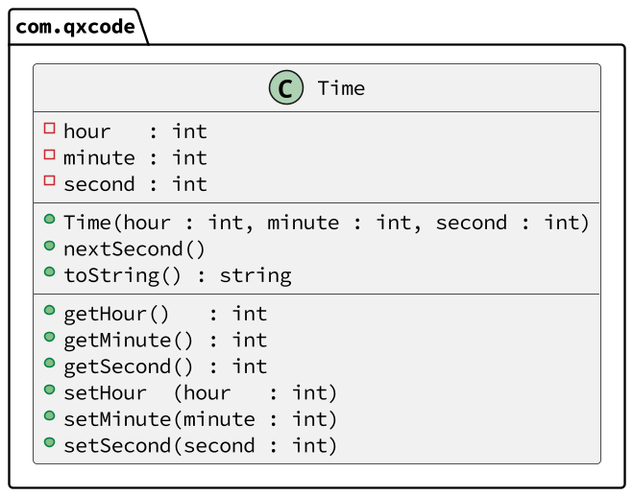
Before: base/036/diagrama.png, a diagram exported from PlantUML (qxcodepoo/arcade).
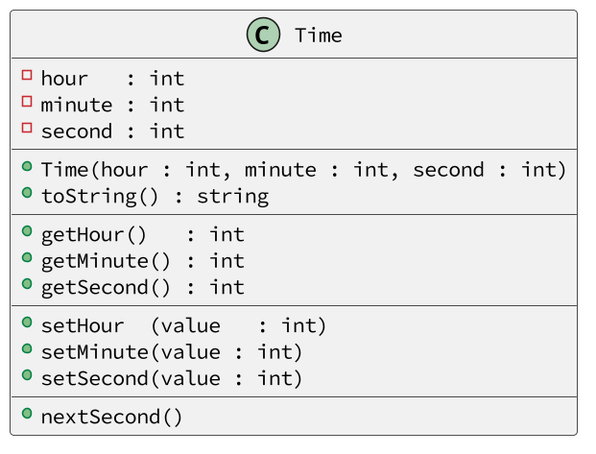
Above is the later version.

The edit, as a diff of the source:
```diff
@@ -3,22 +3,22 @@
 skinparam defaultFontName Hasklig
 skinparam dpi 150
 
-package com.qxcode {
-  class Time {
-    - hour   : int
-    - minute : int
-    - second : int
-    __
-    + Time(hour : int, minute : int, second : int)
-    + nextSecond()
-    + toString() : string
-    __
-    + getHour()   : int
-    + getMinute() : int
-    + getSecond() : int
-    + setHour  (hour   : int)
-    + setMinute(minute : int)
-    + setSecond(second : int)
-  }
+class Time {
+  - hour   : int
+  - minute : int
+  - second : int
+  __
+  + Time(hour : int, minute : int, second : int)
+  + toString() : string
+  __
+  + getHour()   : int
+  + getMinute() : int
+  + getSecond() : int
+  __
+  + setHour  (value   : int)
+  + setMinute(value : int)
+  + setSecond(value : int)
+  __
+  + nextSecond()
 }
 @enduml
```
